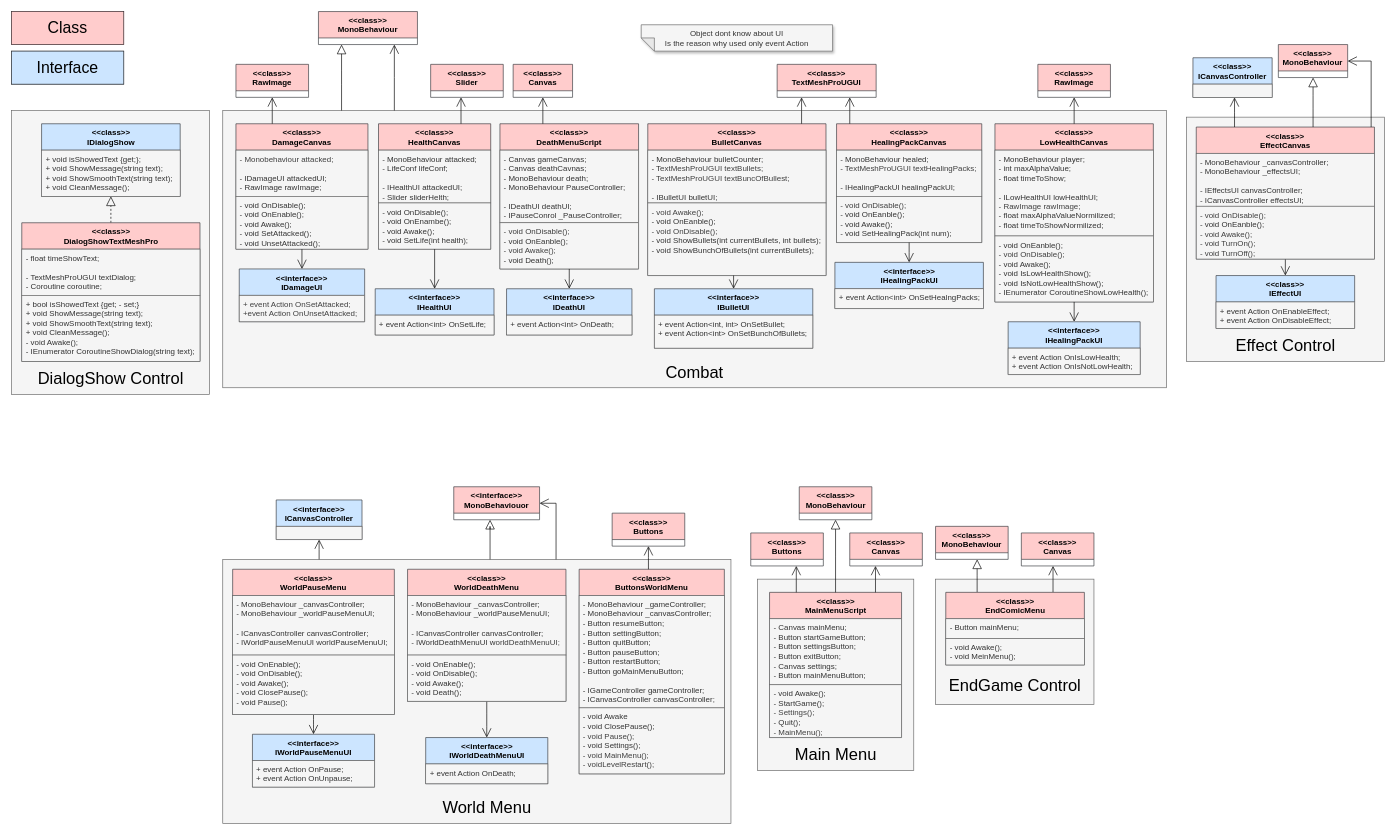
The draw.io diagram doc/Class_Diagram_UI.drawio in OGecgo/TheCatCult, before the edit. Source tidied: cells renumbered, new cells numbered last; positions are measured from the earlier drawing's top-left corner, leaving out a move shared by most shapes. Both pictures are drawn from the tidied source at 66%, with x=0, y=0 at pixel (11, 11).
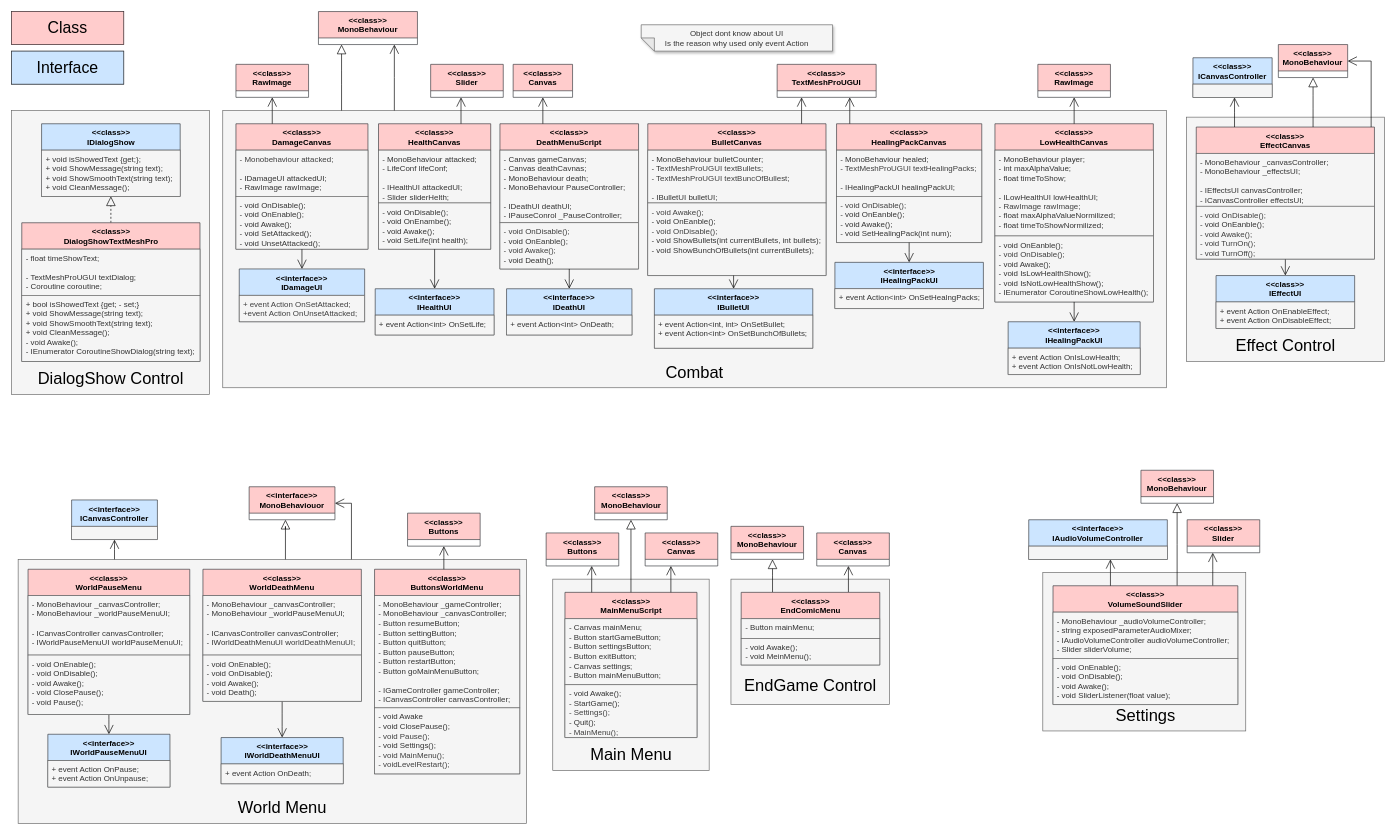
The same diagram, later.

What changed in the source:
```diff
@@
     <mxCell id="2" style="rounded=0;whiteSpace=wrap;html=1;fillColor=#f5f5f5;fontColor=#333333;strokeColor=#666666;" parent="1" vertex="1">
-      <mxGeometry x="320" y="830" width="770" height="400" as="geometry" />
+      <mxGeometry x="10" y="830" width="770" height="400" as="geometry" />
     </mxCell>
@@
     <mxCell id="53" style="rounded=0;whiteSpace=wrap;html=1;fillColor=#f5f5f5;fontColor=#333333;strokeColor=#666666;" parent="1" vertex="1">
-      <mxGeometry x="1130" y="860" width="237" height="290" as="geometry" />
+      <mxGeometry x="820" y="860" width="237" height="290" as="geometry" />
     </mxCell>
     <mxCell id="54" value="&lt;div&gt;&amp;lt;&amp;lt;class&amp;gt;&amp;gt;&lt;/div&gt;&lt;div&gt;MainMenuScript&lt;/div&gt;" style="swimlane;fontStyle=1;align=center;verticalAlign=top;horizontal=1;startSize=40;whiteSpace=wrap;html=1;fillColor=#ffcccc;strokeColor=#36393d;" parent="1" vertex="1">
-      <mxGeometry x="1148.5" y="880" width="200" height="220" as="geometry" />
+      <mxGeometry x="838.5" y="880" width="200" height="220" as="geometry" />
     </mxCell>
@@
     <mxCell id="57" value="&lt;div&gt;&amp;lt;&amp;lt;class&amp;gt;&amp;gt;&lt;/div&gt;&lt;div&gt;ButtonsWorldMenu&lt;/div&gt;" style="swimlane;fontStyle=1;align=center;verticalAlign=top;horizontal=1;startSize=40;whiteSpace=wrap;html=1;fillColor=#ffcccc;strokeColor=#36393d;" parent="1" vertex="1">
-      <mxGeometry x="860" y="845" width="220" height="310" as="geometry" />
+      <mxGeometry x="550" y="845" width="220" height="310" as="geometry" />
     </mxCell>
@@
     <mxCell id="60" value="&lt;div&gt;&amp;lt;&amp;lt;class&amp;gt;&amp;gt;&lt;/div&gt;&lt;div&gt;MonoBehaviour&lt;/div&gt;" style="swimlane;fontStyle=1;align=center;verticalAlign=top;horizontal=1;startSize=40;whiteSpace=wrap;html=1;fillColor=#ffcccc;strokeColor=#36393d;" parent="1" vertex="1">
-      <mxGeometry x="1193.5" y="720" width="110" height="50" as="geometry" />
+      <mxGeometry x="883.5" y="720" width="110" height="50" as="geometry" />
     </mxCell>
@@
     <mxCell id="63" value="&lt;div&gt;&amp;lt;&amp;lt;class&amp;gt;&amp;gt;&lt;/div&gt;&lt;div&gt;WorldPauseMenu&lt;/div&gt;" style="swimlane;fontStyle=1;align=center;verticalAlign=top;horizontal=1;startSize=40;whiteSpace=wrap;html=1;fillColor=#ffcccc;strokeColor=#36393d;" parent="1" vertex="1">
-      <mxGeometry x="335" y="845" width="245" height="220" as="geometry" />
+      <mxGeometry x="25" y="845" width="245" height="220" as="geometry" />
     </mxCell>
@@
     <mxCell id="66" value="World Menu" style="text;html=1;align=center;verticalAlign=middle;whiteSpace=wrap;rounded=0;fontSize=25;" parent="1" vertex="1">
-      <mxGeometry x="638.8" y="1190" width="162.5" height="30" as="geometry" />
+      <mxGeometry x="328.8" y="1190" width="162.5" height="30" as="geometry" />
     </mxCell>
     <mxCell id="67" value="&lt;div&gt;&amp;lt;&amp;lt;interface&amp;gt;&amp;gt;&lt;/div&gt;&lt;div&gt;ICanvasController&lt;/div&gt;" style="swimlane;fontStyle=1;align=center;verticalAlign=top;horizontal=1;startSize=40;whiteSpace=wrap;html=1;fillColor=#cce5ff;strokeColor=#36393d;" parent="1" vertex="1">
-      <mxGeometry x="401" y="740" width="130" height="60" as="geometry" />
+      <mxGeometry x="91" y="740" width="130" height="60" as="geometry" />
     </mxCell>
@@
     <mxCell id="69" value="&lt;div&gt;&amp;lt;&amp;lt;interface&amp;gt;&amp;gt;&lt;/div&gt;&lt;div&gt;IWorldPauseMenuUI&lt;/div&gt;" style="swimlane;fontStyle=1;align=center;verticalAlign=top;horizontal=1;startSize=40;whiteSpace=wrap;html=1;fillColor=#cce5ff;strokeColor=#36393d;" parent="1" vertex="1">
-      <mxGeometry x="365" y="1095" width="185" height="80" as="geometry" />
+      <mxGeometry x="55" y="1095" width="185" height="80" as="geometry" />
     </mxCell>
@@
     <mxCell id="74" value="&lt;div&gt;&amp;lt;&amp;lt;class&amp;gt;&amp;gt;&lt;/div&gt;&lt;div&gt;WorldDeathMenu&lt;/div&gt;" style="swimlane;fontStyle=1;align=center;verticalAlign=top;horizontal=1;startSize=40;whiteSpace=wrap;html=1;fillColor=#ffcccc;strokeColor=#36393d;" parent="1" vertex="1">
-      <mxGeometry x="600" y="845" width="240" height="200" as="geometry" />
+      <mxGeometry x="290" y="845" width="240" height="200" as="geometry" />
     </mxCell>
@@
     <mxCell id="77" value="&lt;div&gt;&amp;lt;&amp;lt;interface&amp;gt;&amp;gt;&lt;/div&gt;&lt;div&gt;IWorldDeathMenuUI&lt;/div&gt;" style="swimlane;fontStyle=1;align=center;verticalAlign=top;horizontal=1;startSize=40;whiteSpace=wrap;html=1;fillColor=#cce5ff;strokeColor=#36393d;" parent="1" vertex="1">
-      <mxGeometry x="627.5" y="1100" width="185" height="70" as="geometry" />
+      <mxGeometry x="317.5" y="1100" width="185" height="70" as="geometry" />
     </mxCell>
@@
     <mxCell id="79" value="&lt;div&gt;&amp;lt;&amp;lt;interface&amp;gt;&amp;gt;&lt;/div&gt;&lt;div&gt;MonoBehaviouor&lt;/div&gt;" style="swimlane;fontStyle=1;align=center;verticalAlign=top;horizontal=1;startSize=40;whiteSpace=wrap;html=1;fillColor=#ffcccc;strokeColor=#36393d;" parent="1" vertex="1">
-      <mxGeometry x="670" y="720" width="130" height="50" as="geometry" />
+      <mxGeometry x="360" y="720" width="130" height="50" as="geometry" />
     </mxCell>
     <mxCell id="80" style="edgeStyle=elbowEdgeStyle;html=1;endSize=12;endArrow=open;endFill=0;rounded=0;" parent="1" edge="1" source="2" target="79">
       <mxGeometry relative="1" as="geometry">
         <Array as="points">
-          <mxPoint x="825" y="780" />
+          <mxPoint x="515" y="780" />
         </Array>
       </mxGeometry>
     </mxCell>
     <mxCell id="81" style="edgeStyle=elbowEdgeStyle;html=1;endSize=12;endArrow=block;endFill=0;rounded=0;" parent="1" edge="1" source="2" target="79">
       <mxGeometry relative="1" as="geometry">
         <Array as="points">
-          <mxPoint x="725" y="780" />
+          <mxPoint x="415" y="780" />
         </Array>
       </mxGeometry>
     </mxCell>
     <mxCell id="82" value="&lt;div&gt;&amp;lt;&amp;lt;class&amp;gt;&amp;gt;&lt;/div&gt;&lt;div&gt;Buttons&lt;/div&gt;" style="swimlane;fontStyle=1;align=center;verticalAlign=top;horizontal=1;startSize=40;whiteSpace=wrap;html=1;fillColor=#ffcccc;strokeColor=#36393d;" parent="1" vertex="1">
-      <mxGeometry x="910" y="760" width="110" height="50" as="geometry" />
+      <mxGeometry x="600" y="760" width="110" height="50" as="geometry" />
     </mxCell>
@@
     <mxCell id="84" value="Main Menu" style="text;html=1;align=center;verticalAlign=middle;whiteSpace=wrap;rounded=0;fontSize=25;" parent="1" vertex="1">
-      <mxGeometry x="1168.5" y="1110" width="160" height="30" as="geometry" />
+      <mxGeometry x="858.5" y="1110" width="160" height="30" as="geometry" />
     </mxCell>
     <mxCell id="85" value="&lt;div&gt;&amp;lt;&amp;lt;class&amp;gt;&amp;gt;&lt;/div&gt;&lt;div&gt;Canvas&lt;/div&gt;" style="swimlane;fontStyle=1;align=center;verticalAlign=top;horizontal=1;startSize=40;whiteSpace=wrap;html=1;fillColor=#ffcccc;strokeColor=#36393d;" parent="1" vertex="1">
-      <mxGeometry x="1270" y="790" width="110" height="50" as="geometry" />
+      <mxGeometry x="960" y="790" width="110" height="50" as="geometry" />
     </mxCell>
     <mxCell id="86" value="&lt;div&gt;&amp;lt;&amp;lt;class&amp;gt;&amp;gt;&lt;/div&gt;&lt;div&gt;Buttons&lt;/div&gt;" style="swimlane;fontStyle=1;align=center;verticalAlign=top;horizontal=1;startSize=40;whiteSpace=wrap;html=1;fillColor=#ffcccc;strokeColor=#36393d;" parent="1" vertex="1">
-      <mxGeometry x="1120" y="790" width="110" height="50" as="geometry" />
+      <mxGeometry x="810" y="790" width="110" height="50" as="geometry" />
     </mxCell>
@@
     <mxCell id="89" style="group;" parent="1" vertex="1">
-      <mxGeometry x="1400" y="780" width="240" height="270" as="geometry" />
+      <mxGeometry x="1090" y="780" width="240" height="270" as="geometry" />
     </mxCell>
@@
+    <mxCell id="129" style="rounded=0;whiteSpace=wrap;html=1;fillColor=#f5f5f5;fontColor=#333333;strokeColor=#666666;" parent="1" vertex="1">
+      <mxGeometry x="1562.5" y="850" width="307.5" height="240" as="geometry" />
+    </mxCell>
+    <mxCell id="130" value="&lt;div&gt;&amp;lt;&amp;lt;class&amp;gt;&amp;gt;&lt;/div&gt;&lt;div&gt;MonoBehaviour&lt;/div&gt;" style="swimlane;fontStyle=1;align=center;verticalAlign=top;horizontal=1;startSize=40;whiteSpace=wrap;html=1;fillColor=#ffcccc;strokeColor=#36393d;" parent="1" vertex="1">
+      <mxGeometry x="1711.2" y="695" width="110" height="50" as="geometry" />
+    </mxCell>
+    <mxCell id="131" value="&lt;div&gt;&amp;lt;&amp;lt;class&amp;gt;&amp;gt;&lt;/div&gt;&lt;div&gt;Slider&lt;/div&gt;" style="swimlane;fontStyle=1;align=center;verticalAlign=top;horizontal=1;startSize=40;whiteSpace=wrap;html=1;fillColor=#ffcccc;strokeColor=#36393d;" parent="1" vertex="1">
+      <mxGeometry x="1781.2" y="770" width="110" height="50" as="geometry" />
+    </mxCell>
+    <mxCell id="132" style="edgeStyle=elbowEdgeStyle;html=1;endSize=12;endArrow=block;endFill=0;rounded=0;" parent="1" edge="1" source="134" target="130">
+      <mxGeometry relative="1" as="geometry" />
+    </mxCell>
+    <mxCell id="133" style="edgeStyle=elbowEdgeStyle;html=1;endSize=12;endArrow=open;endFill=0;rounded=0;" parent="1" edge="1" source="134" target="131">
+      <mxGeometry relative="1" as="geometry" />
+    </mxCell>
+    <mxCell id="134" value="&lt;div&gt;&amp;lt;&amp;lt;class&amp;gt;&amp;gt;&lt;/div&gt;&lt;div&gt;VolumeSoundSlider&lt;/div&gt;" style="swimlane;fontStyle=1;align=center;verticalAlign=top;horizontal=1;startSize=40;whiteSpace=wrap;html=1;fillColor=#ffcccc;strokeColor=#36393d;" parent="1" vertex="1">
+      <mxGeometry x="1578" y="870" width="280" height="180" as="geometry" />
+    </mxCell>
+    <mxCell id="135" value="- MonoBehaviour _audioVolumeController;&lt;div&gt;- string exposedParameterAudioMixer;&lt;/div&gt;&lt;div&gt;&lt;div&gt;- IAudioVolumeController audioVolumeController;&lt;/div&gt;&lt;div&gt;- Slider sliderVolume;&lt;/div&gt;&lt;/div&gt;" style="text;align=left;verticalAlign=top;spacingLeft=4;spacingRight=4;overflow=hidden;whiteSpace=wrap;html=1;fillColor=#f5f5f5;fontColor=#333333;strokeColor=#666666;" parent="134" vertex="1">
+      <mxGeometry y="40" width="280" height="70" as="geometry" />
+    </mxCell>
+    <mxCell id="136" value="- void OnEnable();&lt;div&gt;- void OnDisable();&lt;/div&gt;&lt;div&gt;- void Awake();&lt;/div&gt;&lt;div&gt;- void SliderListener(float value);&lt;/div&gt;" style="text;align=left;verticalAlign=top;spacingLeft=4;spacingRight=4;overflow=hidden;whiteSpace=wrap;html=1;fillColor=#f5f5f5;fontColor=#333333;strokeColor=#666666;" parent="134" vertex="1">
+      <mxGeometry y="110" width="280" height="70" as="geometry" />
+    </mxCell>
+    <mxCell id="137" value="Settings" style="text;html=1;align=center;verticalAlign=middle;whiteSpace=wrap;rounded=0;fontSize=25;" parent="1" vertex="1">
+      <mxGeometry x="1600.5" y="1050" width="235" height="30" as="geometry" />
+    </mxCell>
+    <mxCell id="138" value="&lt;div&gt;&amp;lt;&amp;lt;interface&amp;gt;&amp;gt;&lt;/div&gt;&lt;div&gt;IAudioVolumeController&lt;/div&gt;" style="swimlane;fontStyle=1;align=center;verticalAlign=top;horizontal=1;startSize=40;whiteSpace=wrap;html=1;fillColor=#cce5ff;strokeColor=#36393d;" parent="1" vertex="1">
+      <mxGeometry x="1541.2" y="770" width="210" height="60" as="geometry" />
+    </mxCell>
+    <mxCell id="139" style="text;align=left;verticalAlign=top;spacingLeft=4;spacingRight=4;overflow=hidden;whiteSpace=wrap;html=1;fillColor=#f5f5f5;fontColor=#333333;strokeColor=#666666;" parent="138" vertex="1">
+      <mxGeometry y="40" width="210" height="20" as="geometry" />
+    </mxCell>
+    <mxCell id="140" style="edgeStyle=elbowEdgeStyle;html=1;endSize=12;endArrow=open;endFill=0;rounded=0;" parent="1" edge="1" source="134" target="138">
+      <mxGeometry relative="1" as="geometry" />
+    </mxCell>
```
